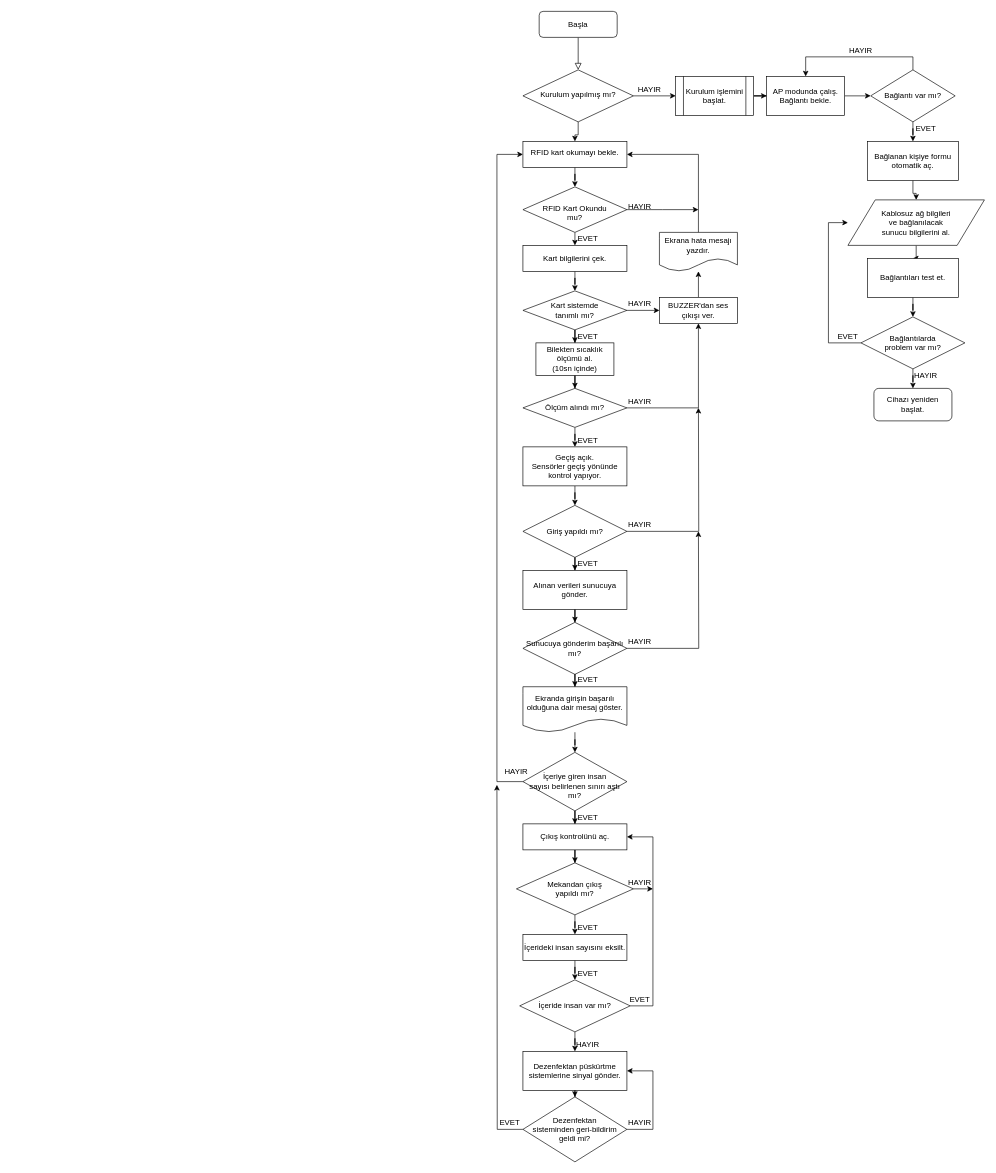
This is Untitled Diagram.drawio from atakanargn/jpebs, a draw.io file, before an edit. Source tidied: cells renumbered, new cells numbered last; positions are measured from the earlier drawing's top-left corner, leaving out a move shared by most shapes. Both pictures are drawn from the tidied source at 65%, with x=0, y=0 at pixel (497, 11).
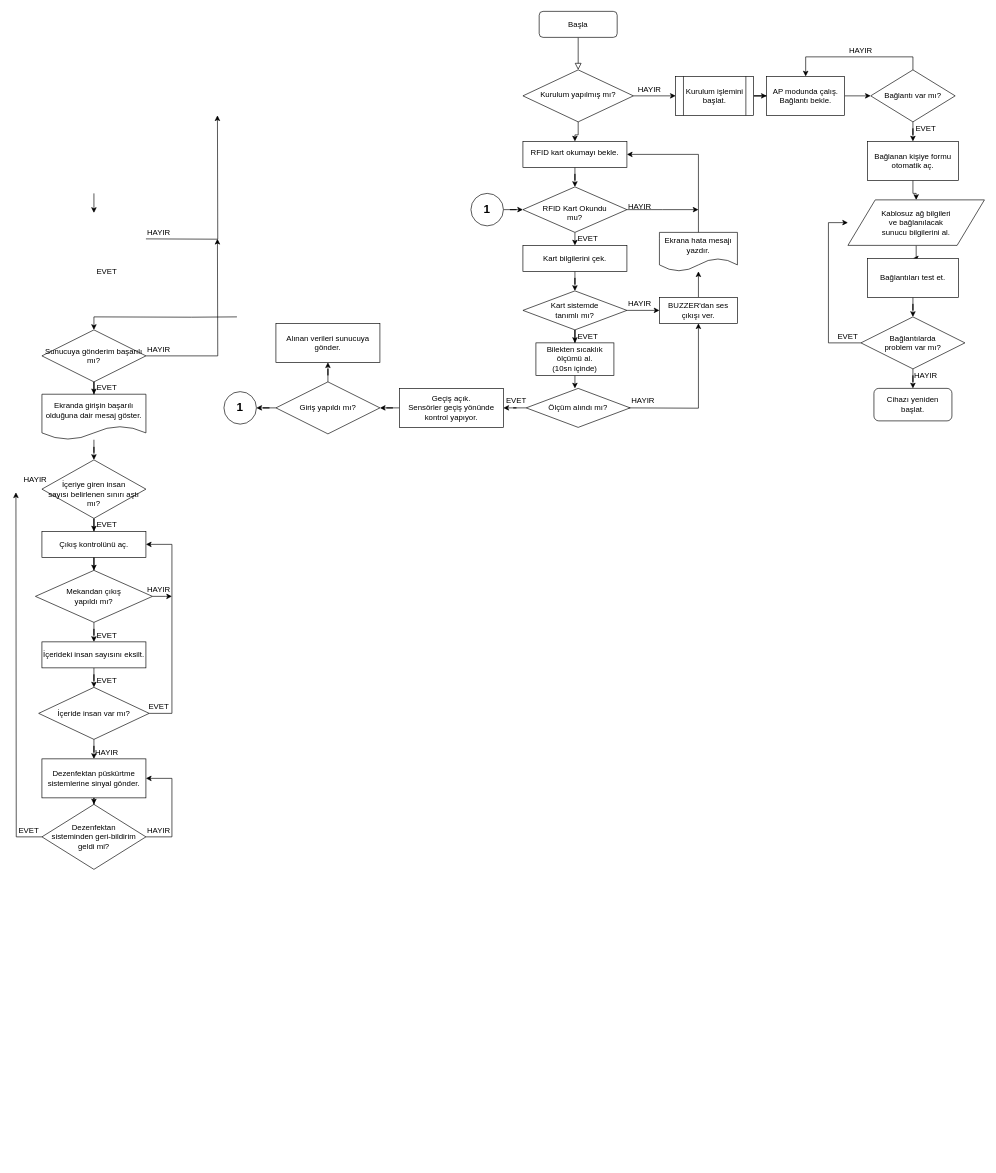
After the change.

Unchanged cells that the change refers to:
```xml
<mxCell id="30" value="&lt;div&gt;RFID kart okumayı bekle.&lt;/div&gt;" style="whiteSpace=wrap;html=1;shadow=0;strokeWidth=1;spacing=6;spacingTop=-4;" parent="1" vertex="1">
  <mxGeometry x="40" y="200" width="160" height="40" as="geometry" />
</mxCell>
<mxCell id="33" value="&lt;div&gt;&lt;br&gt;&lt;/div&gt;&lt;div&gt;RFID Kart Okundu&lt;/div&gt;&lt;div&gt;mu?&lt;/div&gt;" style="rhombus;whiteSpace=wrap;html=1;shadow=0;strokeWidth=1;spacing=6;spacingTop=-4;" parent="1" vertex="1">
  <mxGeometry x="40" y="270" width="160" height="70" as="geometry" />
</mxCell>
<mxCell id="42" value="BUZZER'dan ses çıkışı ver." style="rounded=0;whiteSpace=wrap;html=1;" parent="1" vertex="1">
  <mxGeometry x="250" y="440" width="120" height="40" as="geometry" />
</mxCell>
<mxCell id="47" value="Bilekten sıcaklık ölçümü al.&lt;br&gt;(10sn içinde)" style="whiteSpace=wrap;html=1;" parent="1" vertex="1">
  <mxGeometry x="60" y="510" width="120" height="50" as="geometry" />
</mxCell>
```

The edit, as a diff of the source:
```diff
@@
-    <mxCell id="46" style="edgeStyle=orthogonalEdgeStyle;rounded=0;jettySize=auto;html=1;" parent="1" edge="1" source="47" target="50">
-      <mxGeometry relative="1" as="geometry" />
+    <mxCell id="46" style="edgeStyle=orthogonalEdgeStyle;rounded=0;jettySize=auto;html=1;" parent="1" edge="1" source="47">
+      <mxGeometry relative="1" as="geometry">
+        <mxPoint x="120" y="580" as="targetPoint" />
+      </mxGeometry>
     </mxCell>
@@
-    <mxCell id="48" style="edgeStyle=orthogonalEdgeStyle;rounded=0;jettySize=auto;html=1;entryX=0.5;entryY=1;entryDx=0;entryDy=0;" parent="1" edge="1" source="50" target="42">
-      <mxGeometry relative="1" as="geometry" />
+    <mxCell id="48" style="edgeStyle=orthogonalEdgeStyle;rounded=0;jettySize=auto;html=1;entryX=0.5;entryY=1;entryDx=0;entryDy=0;" parent="1" edge="1" target="42">
+      <mxGeometry relative="1" as="geometry">
+        <mxPoint x="200" y="610" as="sourcePoint" />
+      </mxGeometry>
     </mxCell>
-    <mxCell id="49" style="edgeStyle=orthogonalEdgeStyle;rounded=0;jettySize=auto;html=1;" parent="1" edge="1" source="50" target="54">
-      <mxGeometry relative="1" as="geometry" />
-    </mxCell>
-    <mxCell id="50" value="Ölçüm alındı mı?" style="rhombus;whiteSpace=wrap;html=1;" parent="1" vertex="1">
-      <mxGeometry x="40" y="580" width="160" height="60" as="geometry" />
-    </mxCell>
-    <mxCell id="51" value="HAYIR" style="text;html=1;strokeColor=none;fillColor=none;align=center;verticalAlign=middle;whiteSpace=wrap;rounded=0;" parent="1" vertex="1">
-      <mxGeometry x="200" y="590" width="40" height="20" as="geometry" />
-    </mxCell>
@@
-    <mxCell id="53" style="edgeStyle=orthogonalEdgeStyle;rounded=0;jettySize=auto;html=1;" parent="1" edge="1" source="54" target="57">
-      <mxGeometry relative="1" as="geometry" />
-    </mxCell>
-    <mxCell id="54" value="&lt;div&gt;Geçiş açık.&lt;/div&gt;&lt;div&gt;Sensörler geçiş yönünde kontrol yapıyor.&lt;/div&gt;" style="whiteSpace=wrap;html=1;" parent="1" vertex="1">
-      <mxGeometry x="40" y="670" width="160" height="60" as="geometry" />
-    </mxCell>
-    <mxCell id="55" style="edgeStyle=orthogonalEdgeStyle;rounded=0;jettySize=auto;html=1;" parent="1" edge="1" source="57">
-      <mxGeometry relative="1" as="geometry">
-        <mxPoint x="310" y="610" as="targetPoint" />
-      </mxGeometry>
-    </mxCell>
-    <mxCell id="56" style="edgeStyle=orthogonalEdgeStyle;rounded=0;jettySize=auto;html=1;" parent="1" edge="1" source="57" target="60">
-      <mxGeometry relative="1" as="geometry" />
-    </mxCell>
-    <mxCell id="57" value="Giriş yapıldı mı?" style="rhombus;whiteSpace=wrap;html=1;" parent="1" vertex="1">
-      <mxGeometry x="40" y="760" width="160" height="80" as="geometry" />
-    </mxCell>
-    <mxCell id="58" value="HAYIR" style="text;html=1;strokeColor=none;fillColor=none;align=center;verticalAlign=middle;whiteSpace=wrap;rounded=0;" parent="1" vertex="1">
-      <mxGeometry x="200" y="780" width="40" height="20" as="geometry" />
-    </mxCell>
-    <mxCell id="59" style="edgeStyle=orthogonalEdgeStyle;rounded=0;jettySize=auto;html=1;" parent="1" edge="1" source="60" target="63">
-      <mxGeometry relative="1" as="geometry" />
-    </mxCell>
-    <mxCell id="60" value="Alınan verileri sunucuya gönder." style="whiteSpace=wrap;html=1;" parent="1" vertex="1">
-      <mxGeometry x="40" y="860" width="160" height="60" as="geometry" />
-    </mxCell>
-    <mxCell id="61" style="edgeStyle=orthogonalEdgeStyle;rounded=0;jettySize=auto;html=1;" parent="1" edge="1" source="63">
-      <mxGeometry relative="1" as="geometry">
-        <mxPoint x="310" y="800" as="targetPoint" />
-      </mxGeometry>
-    </mxCell>
+    <mxCell id="97" value="HAYIR" style="text;html=1;strokeColor=none;fillColor=none;align=center;verticalAlign=middle;whiteSpace=wrap;rounded=0;" parent="1" vertex="1">
+      <mxGeometry x="205" y="589" width="40" height="20" as="geometry" />
+    </mxCell>
+    <mxCell id="98" style="edgeStyle=orthogonalEdgeStyle;rounded=0;orthogonalLoop=1;jettySize=auto;html=1;" parent="1" edge="1">
+      <mxGeometry relative="1" as="geometry">
+        <mxPoint x="-620" y="280" as="sourcePoint" />
+        <mxPoint x="-620" y="310" as="targetPoint" />
+      </mxGeometry>
+    </mxCell>
+    <mxCell id="99" style="edgeStyle=orthogonalEdgeStyle;rounded=0;orthogonalLoop=1;jettySize=auto;html=1;" parent="1" edge="1">
+      <mxGeometry relative="1" as="geometry">
+        <mxPoint x="-540" y="350" as="sourcePoint" />
+        <mxPoint x="-430" y="160" as="targetPoint" />
+      </mxGeometry>
+    </mxCell>
+    <mxCell id="100" value="HAYIR" style="text;html=1;strokeColor=none;fillColor=none;align=center;verticalAlign=middle;whiteSpace=wrap;rounded=0;" parent="1" vertex="1">
+      <mxGeometry x="-540" y="330" width="40" height="20" as="geometry" />
+    </mxCell>
+    <mxCell id="101" style="edgeStyle=orthogonalEdgeStyle;rounded=0;jettySize=auto;html=1;" parent="1" edge="1" target="63">
+      <mxGeometry relative="1" as="geometry">
+        <mxPoint x="-400" y="470" as="sourcePoint" />
+      </mxGeometry>
+    </mxCell>
+    <mxCell id="102" style="edgeStyle=orthogonalEdgeStyle;rounded=0;jettySize=auto;html=1;" parent="1" edge="1" source="63">
+      <mxGeometry relative="1" as="geometry">
+        <mxPoint x="-430" y="350" as="targetPoint" />
+      </mxGeometry>
+    </mxCell>
@@
     <mxCell id="63" value="Sunucuya gönderim başarılı mı?" style="rhombus;whiteSpace=wrap;html=1;" parent="1" vertex="1">
-      <mxGeometry x="40" y="940" width="160" height="80" as="geometry" />
+      <mxGeometry x="-700" y="490" width="160" height="80" as="geometry" />
     </mxCell>
-    <mxCell id="64" value="&lt;div&gt;EVET&lt;/div&gt;" style="text;html=1;strokeColor=none;fillColor=none;align=center;verticalAlign=middle;whiteSpace=wrap;rounded=0;" parent="1" vertex="1">
-      <mxGeometry x="120" y="650" width="40" height="20" as="geometry" />
-    </mxCell>
-    <mxCell id="65" value="&lt;div&gt;EVET&lt;/div&gt;" style="text;html=1;strokeColor=none;fillColor=none;align=center;verticalAlign=middle;whiteSpace=wrap;rounded=0;" parent="1" vertex="1">
-      <mxGeometry x="120" y="840" width="40" height="20" as="geometry" />
-    </mxCell>
-    <mxCell id="66" value="HAYIR" style="text;html=1;strokeColor=none;fillColor=none;align=center;verticalAlign=middle;whiteSpace=wrap;rounded=0;" parent="1" vertex="1">
-      <mxGeometry x="200" y="960" width="40" height="20" as="geometry" />
-    </mxCell>
+    <mxCell id="103" value="&lt;div&gt;EVET&lt;/div&gt;" style="text;html=1;strokeColor=none;fillColor=none;align=center;verticalAlign=middle;whiteSpace=wrap;rounded=0;" parent="1" vertex="1">
+      <mxGeometry x="-620" y="390" width="40" height="20" as="geometry" />
+    </mxCell>
+    <mxCell id="104" value="HAYIR" style="text;html=1;strokeColor=none;fillColor=none;align=center;verticalAlign=middle;whiteSpace=wrap;rounded=0;" parent="1" vertex="1">
+      <mxGeometry x="-540" y="510" width="40" height="20" as="geometry" />
+    </mxCell>
@@
     <mxCell id="68" value="Ekranda girişin başarılı olduğuna dair mesaj göster." style="shape=document;whiteSpace=wrap;html=1;boundedLbl=1;" parent="1" vertex="1">
-      <mxGeometry x="40" y="1039" width="160" height="70" as="geometry" />
+      <mxGeometry x="-700" y="589" width="160" height="70" as="geometry" />
     </mxCell>
-    <mxCell id="69" value="&lt;div&gt;EVET&lt;/div&gt;" style="text;html=1;strokeColor=none;fillColor=none;align=center;verticalAlign=middle;whiteSpace=wrap;rounded=0;" parent="1" vertex="1">
-      <mxGeometry x="120" y="1019" width="40" height="20" as="geometry" />
-    </mxCell>
-    <mxCell id="70" style="edgeStyle=orthogonalEdgeStyle;rounded=0;jettySize=auto;html=1;entryX=0;entryY=0.5;entryDx=0;entryDy=0;exitX=0;exitY=0.5;exitDx=0;exitDy=0;" parent="1" edge="1" source="72" target="30">
-      <mxGeometry relative="1" as="geometry">
-        <Array as="points">
-          <mxPoint y="1185" />
-          <mxPoint y="220" />
-        </Array>
-      </mxGeometry>
-    </mxCell>
+    <mxCell id="105" value="&lt;div&gt;EVET&lt;/div&gt;" style="text;html=1;strokeColor=none;fillColor=none;align=center;verticalAlign=middle;whiteSpace=wrap;rounded=0;" parent="1" vertex="1">
+      <mxGeometry x="-620" y="569" width="40" height="20" as="geometry" />
+    </mxCell>
@@
     <mxCell id="72" value="&lt;div&gt;&lt;br&gt;&lt;/div&gt;&lt;div&gt;İçeriye giren insan&lt;/div&gt;&lt;div&gt;sayısı belirlenen sınırı aştı mı?&lt;/div&gt;" style="rhombus;whiteSpace=wrap;html=1;" parent="1" vertex="1">
-      <mxGeometry x="40" y="1140" width="160" height="90" as="geometry" />
+      <mxGeometry x="-700" y="690" width="160" height="90" as="geometry" />
     </mxCell>
-    <mxCell id="73" value="HAYIR" style="text;html=1;strokeColor=none;fillColor=none;align=center;verticalAlign=middle;whiteSpace=wrap;rounded=0;" parent="1" vertex="1">
-      <mxGeometry x="10" y="1160" width="40" height="20" as="geometry" />
-    </mxCell>
+    <mxCell id="106" value="HAYIR" style="text;html=1;strokeColor=none;fillColor=none;align=center;verticalAlign=middle;whiteSpace=wrap;rounded=0;" parent="1" vertex="1">
+      <mxGeometry x="-730" y="710" width="40" height="20" as="geometry" />
+    </mxCell>
@@
     <mxCell id="75" value="Çıkış kontrolünü aç." style="whiteSpace=wrap;html=1;" parent="1" vertex="1">
-      <mxGeometry x="40" y="1250" width="160" height="40" as="geometry" />
+      <mxGeometry x="-700" y="800" width="160" height="40" as="geometry" />
     </mxCell>
@@
-    <mxCell id="77" style="edgeStyle=orthogonalEdgeStyle;rounded=0;jettySize=auto;html=1;" parent="1" edge="1" source="78">
-      <mxGeometry relative="1" as="geometry">
-        <mxPoint x="240" y="1350" as="targetPoint" />
-      </mxGeometry>
-    </mxCell>
+    <mxCell id="107" style="edgeStyle=orthogonalEdgeStyle;rounded=0;jettySize=auto;html=1;" parent="1" edge="1" source="78">
+      <mxGeometry relative="1" as="geometry">
+        <mxPoint x="-500" y="900" as="targetPoint" />
+      </mxGeometry>
+    </mxCell>
     <mxCell id="78" value="&lt;div&gt;Mekandan çıkış&lt;/div&gt;&lt;div&gt;yapıldı mı?&lt;/div&gt;" style="rhombus;whiteSpace=wrap;html=1;" parent="1" vertex="1">
-      <mxGeometry x="30" y="1310" width="180" height="80" as="geometry" />
+      <mxGeometry x="-710" y="860" width="180" height="80" as="geometry" />
     </mxCell>
@@
     <mxCell id="80" value="İçerideki insan sayısını eksilt." style="whiteSpace=wrap;html=1;" parent="1" vertex="1">
-      <mxGeometry x="40" y="1420" width="160" height="40" as="geometry" />
+      <mxGeometry x="-700" y="970" width="160" height="40" as="geometry" />
     </mxCell>
-    <mxCell id="81" value="&lt;div&gt;EVET&lt;/div&gt;" style="text;html=1;strokeColor=none;fillColor=none;align=center;verticalAlign=middle;whiteSpace=wrap;rounded=0;" parent="1" vertex="1">
-      <mxGeometry x="120" y="1230" width="40" height="20" as="geometry" />
-    </mxCell>
+    <mxCell id="108" value="&lt;div&gt;EVET&lt;/div&gt;" style="text;html=1;strokeColor=none;fillColor=none;align=center;verticalAlign=middle;whiteSpace=wrap;rounded=0;" parent="1" vertex="1">
+      <mxGeometry x="-620" y="780" width="40" height="20" as="geometry" />
+    </mxCell>
     <mxCell id="82" style="edgeStyle=orthogonalEdgeStyle;rounded=0;jettySize=auto;html=1;entryX=1;entryY=0.5;entryDx=0;entryDy=0;" parent="1" edge="1" source="84" target="75">
       <mxGeometry relative="1" as="geometry">
         <Array as="points">
-          <mxPoint x="240" y="1530" />
-          <mxPoint x="240" y="1270" />
+          <mxPoint x="-500" y="1080" />
+          <mxPoint x="-500" y="820" />
         </Array>
       </mxGeometry>
     </mxCell>
@@
     <mxCell id="84" value="İçeride insan var mı?" style="rhombus;whiteSpace=wrap;html=1;" parent="1" vertex="1">
-      <mxGeometry x="35" y="1490" width="170" height="80" as="geometry" />
+      <mxGeometry x="-705" y="1040" width="170" height="80" as="geometry" />
     </mxCell>
-    <mxCell id="85" value="HAYIR" style="text;html=1;strokeColor=none;fillColor=none;align=center;verticalAlign=middle;whiteSpace=wrap;rounded=0;" parent="1" vertex="1">
-      <mxGeometry x="200" y="1330" width="40" height="20" as="geometry" />
-    </mxCell>
+    <mxCell id="109" value="HAYIR" style="text;html=1;strokeColor=none;fillColor=none;align=center;verticalAlign=middle;whiteSpace=wrap;rounded=0;" parent="1" vertex="1">
+      <mxGeometry x="-540" y="880" width="40" height="20" as="geometry" />
+    </mxCell>
     <mxCell id="86" value="EVET" style="text;html=1;strokeColor=none;fillColor=none;align=center;verticalAlign=middle;whiteSpace=wrap;rounded=0;" parent="1" vertex="1">
-      <mxGeometry x="200" y="1510" width="40" height="20" as="geometry" />
+      <mxGeometry x="-540" y="1060" width="40" height="20" as="geometry" />
     </mxCell>
-    <mxCell id="87" value="&lt;div&gt;EVET&lt;/div&gt;" style="text;html=1;strokeColor=none;fillColor=none;align=center;verticalAlign=middle;whiteSpace=wrap;rounded=0;" parent="1" vertex="1">
-      <mxGeometry x="120" y="1400" width="40" height="20" as="geometry" />
-    </mxCell>
-    <mxCell id="88" value="&lt;div&gt;EVET&lt;/div&gt;" style="text;html=1;strokeColor=none;fillColor=none;align=center;verticalAlign=middle;whiteSpace=wrap;rounded=0;" parent="1" vertex="1">
-      <mxGeometry x="120" y="1470" width="40" height="20" as="geometry" />
-    </mxCell>
+    <mxCell id="110" value="&lt;div&gt;EVET&lt;/div&gt;" style="text;html=1;strokeColor=none;fillColor=none;align=center;verticalAlign=middle;whiteSpace=wrap;rounded=0;" parent="1" vertex="1">
+      <mxGeometry x="-620" y="950" width="40" height="20" as="geometry" />
+    </mxCell>
+    <mxCell id="111" value="&lt;div&gt;EVET&lt;/div&gt;" style="text;html=1;strokeColor=none;fillColor=none;align=center;verticalAlign=middle;whiteSpace=wrap;rounded=0;" parent="1" vertex="1">
+      <mxGeometry x="-620" y="1020" width="40" height="20" as="geometry" />
+    </mxCell>
@@
     <mxCell id="90" value="Dezenfektan püskürtme sistemlerine sinyal gönder." style="whiteSpace=wrap;html=1;" parent="1" vertex="1">
-      <mxGeometry x="40" y="1600" width="160" height="60" as="geometry" />
+      <mxGeometry x="-700" y="1150" width="160" height="60" as="geometry" />
     </mxCell>
-    <mxCell id="91" value="HAYIR" style="text;html=1;strokeColor=none;fillColor=none;align=center;verticalAlign=middle;whiteSpace=wrap;rounded=0;" parent="1" vertex="1">
-      <mxGeometry x="120" y="1580" width="40" height="20" as="geometry" />
-    </mxCell>
+    <mxCell id="112" value="HAYIR" style="text;html=1;strokeColor=none;fillColor=none;align=center;verticalAlign=middle;whiteSpace=wrap;rounded=0;" parent="1" vertex="1">
+      <mxGeometry x="-620" y="1130" width="40" height="20" as="geometry" />
+    </mxCell>
     <mxCell id="92" style="edgeStyle=orthogonalEdgeStyle;rounded=0;jettySize=auto;html=1;entryX=1;entryY=0.5;entryDx=0;entryDy=0;" parent="1" edge="1" source="94" target="90">
       <mxGeometry relative="1" as="geometry">
         <Array as="points">
-          <mxPoint x="240" y="1720" />
-          <mxPoint x="240" y="1630" />
+          <mxPoint x="-500" y="1270" />
+          <mxPoint x="-500" y="1180" />
         </Array>
       </mxGeometry>
     </mxCell>
-    <mxCell id="93" style="edgeStyle=orthogonalEdgeStyle;rounded=0;jettySize=auto;html=1;" parent="1" edge="1" source="94">
-      <mxGeometry relative="1" as="geometry">
-        <mxPoint y="1190" as="targetPoint" />
-      </mxGeometry>
-    </mxCell>
+    <mxCell id="113" style="edgeStyle=orthogonalEdgeStyle;rounded=0;jettySize=auto;html=1;" parent="1" edge="1" source="94">
+      <mxGeometry relative="1" as="geometry">
+        <mxPoint x="-740" y="740" as="targetPoint" />
+      </mxGeometry>
+    </mxCell>
     <mxCell id="94" value="&lt;div&gt;Dezenfektan&lt;/div&gt;&lt;div&gt;sisteminden geri-bildirim geldi mi?&lt;/div&gt;" style="rhombus;whiteSpace=wrap;html=1;" parent="1" vertex="1">
-      <mxGeometry x="40" y="1670" width="160" height="100" as="geometry" />
+      <mxGeometry x="-700" y="1220" width="160" height="100" as="geometry" />
     </mxCell>
-    <mxCell id="95" value="HAYIR" style="text;html=1;strokeColor=none;fillColor=none;align=center;verticalAlign=middle;whiteSpace=wrap;rounded=0;" parent="1" vertex="1">
-      <mxGeometry x="200" y="1700" width="40" height="20" as="geometry" />
-    </mxCell>
-    <mxCell id="96" value="&lt;div&gt;EVET&lt;/div&gt;" style="text;html=1;strokeColor=none;fillColor=none;align=center;verticalAlign=middle;whiteSpace=wrap;rounded=0;" parent="1" vertex="1">
-      <mxGeometry y="1700" width="40" height="20" as="geometry" />
-    </mxCell>
+    <mxCell id="114" value="HAYIR" style="text;html=1;strokeColor=none;fillColor=none;align=center;verticalAlign=middle;whiteSpace=wrap;rounded=0;" parent="1" vertex="1">
+      <mxGeometry x="-540" y="1250" width="40" height="20" as="geometry" />
+    </mxCell>
+    <mxCell id="115" value="&lt;div&gt;EVET&lt;/div&gt;" style="text;html=1;strokeColor=none;fillColor=none;align=center;verticalAlign=middle;whiteSpace=wrap;rounded=0;" parent="1" vertex="1">
+      <mxGeometry x="-740" y="1250" width="40" height="20" as="geometry" />
+    </mxCell>
+    <mxCell id="49" style="edgeStyle=orthogonalEdgeStyle;rounded=0;jettySize=auto;html=1;entryX=1;entryY=0.5;entryDx=0;entryDy=0;" parent="1" edge="1" source="50" target="54">
+      <mxGeometry relative="1" as="geometry" />
+    </mxCell>
+    <mxCell id="50" value="Ölçüm alındı mı?" style="rhombus;whiteSpace=wrap;html=1;" parent="1" vertex="1">
+      <mxGeometry x="45" y="580" width="160" height="60" as="geometry" />
+    </mxCell>
+    <mxCell id="53" style="edgeStyle=orthogonalEdgeStyle;rounded=0;jettySize=auto;html=1;entryX=1;entryY=0.5;entryDx=0;entryDy=0;" parent="1" edge="1" source="54" target="57">
+      <mxGeometry relative="1" as="geometry" />
+    </mxCell>
+    <mxCell id="54" value="&lt;div&gt;Geçiş açık.&lt;/div&gt;&lt;div&gt;Sensörler geçiş yönünde kontrol yapıyor.&lt;/div&gt;" style="whiteSpace=wrap;html=1;" parent="1" vertex="1">
+      <mxGeometry x="-150" y="580" width="160" height="60" as="geometry" />
+    </mxCell>
+    <mxCell id="116" value="&lt;div&gt;EVET&lt;/div&gt;" style="text;html=1;strokeColor=none;fillColor=none;align=center;verticalAlign=middle;whiteSpace=wrap;rounded=0;" parent="1" vertex="1">
+      <mxGeometry x="10" y="589" width="40" height="20" as="geometry" />
+    </mxCell>
+    <mxCell id="56" style="edgeStyle=orthogonalEdgeStyle;rounded=0;jettySize=auto;html=1;" parent="1" edge="1" source="57" target="60">
+      <mxGeometry relative="1" as="geometry" />
+    </mxCell>
+    <mxCell id="117" style="edgeStyle=orthogonalEdgeStyle;rounded=0;jettySize=auto;html=1;entryX=1;entryY=0.5;entryDx=0;entryDy=0;" parent="1" edge="1" source="57" target="120">
+      <mxGeometry relative="1" as="geometry" />
+    </mxCell>
+    <mxCell id="57" value="Giriş yapıldı mı?" style="rhombus;whiteSpace=wrap;html=1;" parent="1" vertex="1">
+      <mxGeometry x="-340" y="570" width="160" height="80" as="geometry" />
+    </mxCell>
+    <mxCell id="60" value="Alınan verileri sunucuya gönder." style="whiteSpace=wrap;html=1;" parent="1" vertex="1">
+      <mxGeometry x="-340" y="480" width="160" height="60" as="geometry" />
+    </mxCell>
+    <mxCell id="118" style="edgeStyle=orthogonalEdgeStyle;rounded=0;jettySize=auto;html=1;entryX=0;entryY=0.5;entryDx=0;entryDy=0;" parent="1" edge="1" source="119" target="33">
+      <mxGeometry relative="1" as="geometry" />
+    </mxCell>
+    <mxCell id="119" value="&lt;div&gt;&lt;b&gt;&lt;font style=&quot;font-size: 18px&quot;&gt;1&lt;/font&gt;&lt;/b&gt;&lt;/div&gt;" style="ellipse;whiteSpace=wrap;html=1;" parent="1" vertex="1">
+      <mxGeometry x="-40" y="280" width="50" height="50" as="geometry" />
+    </mxCell>
+    <mxCell id="120" value="&lt;div&gt;&lt;b&gt;&lt;font style=&quot;font-size: 18px&quot;&gt;1&lt;/font&gt;&lt;/b&gt;&lt;/div&gt;" style="ellipse;whiteSpace=wrap;html=1;" parent="1" vertex="1">
+      <mxGeometry x="-420" y="585" width="50" height="50" as="geometry" />
+    </mxCell>
```
